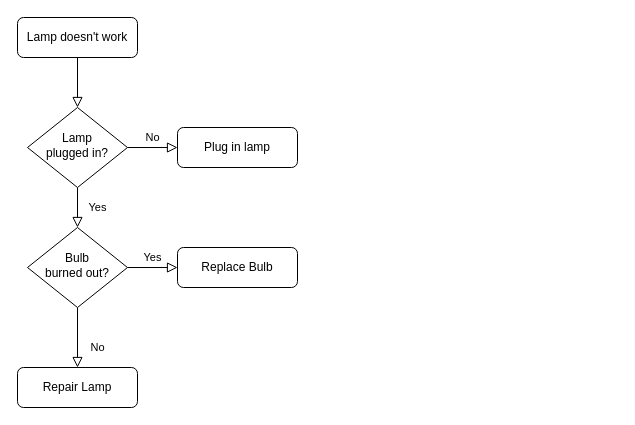
The draw.io diagram Untitled Diagram.drawio in dnkngh/-, before the edit. Source tidied: cells renumbered, new cells numbered last; positions are measured from the earlier drawing's top-left corner, leaving out a move shared by most shapes. Both pictures are drawn from the tidied source at 100%, with x=0, y=0 at pixel (17, 17).
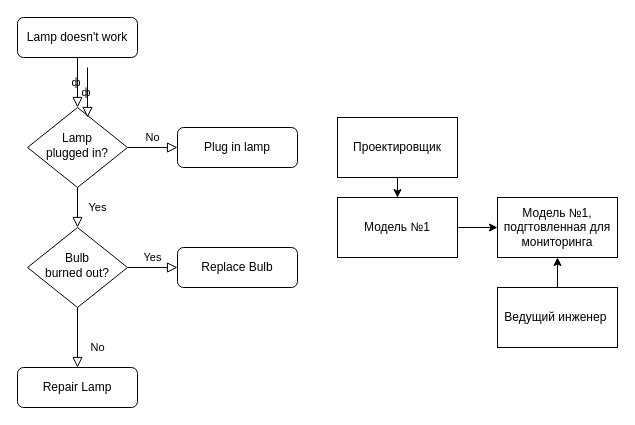
The same page after the edit.

Unchanged cells that the change refers to:
```xml
<mxCell id="3" value="Lamp doesn't work" style="rounded=1;whiteSpace=wrap;html=1;fontSize=12;glass=0;strokeWidth=1;shadow=0;" parent="1" vertex="1">
  <mxGeometry width="120" height="40" as="geometry" />
</mxCell>
<mxCell id="6" value="Lamp&lt;br&gt;plugged in?" style="rhombus;whiteSpace=wrap;html=1;shadow=0;fontFamily=Helvetica;fontSize=12;align=center;strokeWidth=1;spacing=6;spacingTop=-4;" parent="1" vertex="1">
  <mxGeometry x="10" y="90" width="100" height="80" as="geometry" />
</mxCell>
```

What changed in the source:
```diff
@@
-    <mxCell id="2" style="rounded=0;html=1;jettySize=auto;fontSize=11;endArrow=block;endFill=0;endSize=8;strokeWidth=1;shadow=0;labelBackgroundColor=none;edgeStyle=orthogonalEdgeStyle;" parent="1" edge="1" source="3" target="6">
+    <mxCell id="2" value="ф&amp;nbsp;" style="rounded=0;html=1;jettySize=auto;fontSize=11;endArrow=block;endFill=0;endSize=8;strokeWidth=1;shadow=0;labelBackgroundColor=none;edgeStyle=orthogonalEdgeStyle;" parent="1" edge="1" source="3" target="6">
       <mxGeometry relative="1" as="geometry" />
     </mxCell>
@@
-    <mxCell id="10" value="Bulb&lt;br&gt;burned out?" style="rhombus;whiteSpace=wrap;html=1;shadow=0;fontFamily=Helvetica;fontSize=12;align=center;strokeWidth=1;spacing=6;spacingTop=-4;" parent="1" vertex="1">
+    <mxCell id="10" value="Bulb&lt;br&gt;burned out?" style="rhombus;whiteSpace=wrap;html=1;shadow=0;fontFamily=Helvetica;fontSize=12;align=center;strokeWidth=1;spacing=6;spacingTop=-4;perimeter=ellipsePerimeter;" parent="1" vertex="1">
       <mxGeometry x="10" y="210" width="100" height="80" as="geometry" />
     </mxCell>
@@
+    <mxCell id="13" value="ф&amp;nbsp;" style="rounded=0;html=1;jettySize=auto;orthogonalLoop=1;fontSize=11;endArrow=block;endFill=0;endSize=8;strokeWidth=1;shadow=0;labelBackgroundColor=none;edgeStyle=orthogonalEdgeStyle;" parent="1" edge="1">
+      <mxGeometry relative="1" as="geometry">
+        <mxPoint x="70" y="50" as="sourcePoint" />
+        <mxPoint x="70" y="100" as="targetPoint" />
+      </mxGeometry>
+    </mxCell>
+    <mxCell id="14" style="edgeStyle=orthogonalEdgeStyle;rounded=0;jettySize=auto;html=1;" parent="1" edge="1" source="15" target="17">
+      <mxGeometry relative="1" as="geometry" />
+    </mxCell>
+    <mxCell id="15" value="Проектировщик" style="rounded=0;whiteSpace=wrap;html=1;" parent="1" vertex="1">
+      <mxGeometry x="320" y="100" width="120" height="60" as="geometry" />
+    </mxCell>
+    <mxCell id="16" style="edgeStyle=orthogonalEdgeStyle;rounded=0;jettySize=auto;html=1;" parent="1" edge="1" source="17" target="18">
+      <mxGeometry relative="1" as="geometry" />
+    </mxCell>
+    <mxCell id="17" value="Модель №1" style="rounded=0;whiteSpace=wrap;html=1;shadow=0;glass=0;sketch=0;" parent="1" vertex="1">
+      <mxGeometry x="320" y="180" width="120" height="60" as="geometry" />
+    </mxCell>
+    <mxCell id="18" value="Модель №1, подгтовленная для мониторинга" style="rounded=0;whiteSpace=wrap;html=1;shadow=0;glass=0;sketch=0;" parent="1" vertex="1">
+      <mxGeometry x="480" y="180" width="120" height="60" as="geometry" />
+    </mxCell>
+    <mxCell id="19" style="edgeStyle=orthogonalEdgeStyle;rounded=0;jettySize=auto;html=1;" parent="1" edge="1" source="20" target="18">
+      <mxGeometry relative="1" as="geometry" />
+    </mxCell>
+    <mxCell id="20" value="Ведущий инженер&amp;nbsp;" style="rounded=0;whiteSpace=wrap;html=1;" parent="1" vertex="1">
+      <mxGeometry x="480" y="270" width="120" height="60" as="geometry" />
+    </mxCell>
```
